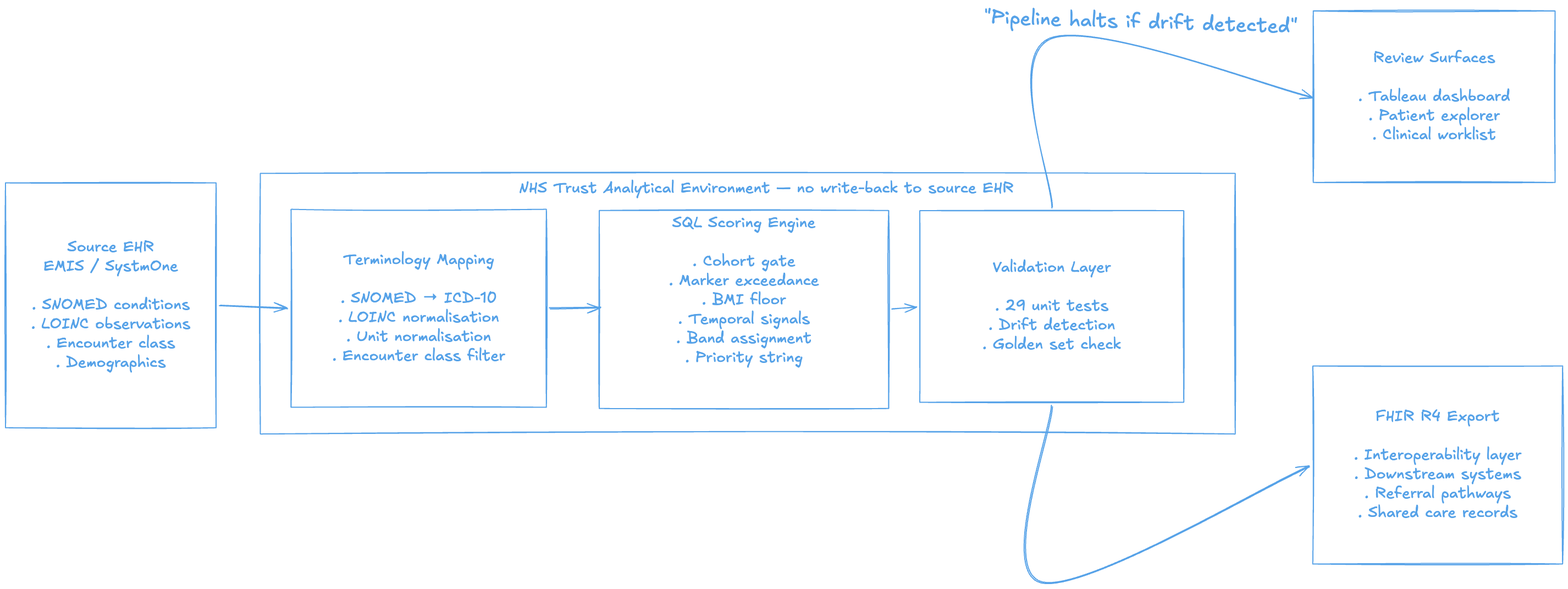
Earlier version of the Excalidraw export screenshots/deployment_architecture.png (asadqureshi12/cardiometabolic-deterioration). Source tidied: one line per element, renumbered; positions are measured from the earlier drawing's top-left corner, leaving out a move shared by most shapes. Source of this version:
```json
{"id": 0, "type": "rectangle", "strokeColor": "#1971c2", "strokeWidth": 2, "roughness": 1, "x": 0, "y": 314, "width": 383, "height": 445}
{"id": 1, "type": "text", "text": "Source EHR\nEMIS / SystmOne\n\n. SNOMED conditions\n. LOINC observations\n. Encounter class\n. Demographics", "strokeColor": "#1971c2", "strokeWidth": 2, "roughness": 1, "fontSize": 28, "fontFamily": 5, "textAlign": "center", "verticalAlign": "middle", "inside": 0, "x": 47, "y": 414, "width": 290, "height": 245}
{"id": 2, "type": "rectangle", "strokeColor": "#1971c2", "strokeWidth": 2, "roughness": 1, "x": 519, "y": 362, "width": 464, "height": 360}
{"id": 3, "type": "text", "text": "Terminology Mapping\n\n. SNOMED → ICD-10\n. LOINC normalisation\n. Unit normalisation\n. Encounter class filter", "strokeColor": "#1971c2", "strokeWidth": 2, "roughness": 1, "fontSize": 28, "fontFamily": 5, "textAlign": "center", "verticalAlign": "middle", "inside": 2, "x": 594, "y": 437, "width": 315, "height": 210}
{"id": 4, "type": "rectangle", "strokeColor": "#1971c2", "strokeWidth": 2, "roughness": 1, "x": 1080, "y": 364, "width": 526, "height": 360}
{"id": 5, "type": "text", "text": "SQL Scoring Engine\n\n. Cohort gate\n. Marker exceedance\n. BMI floor\n. Temporal signals\n. Band assignment\n. Priority string\n\n", "strokeColor": "#1971c2", "strokeWidth": 2, "roughness": 1, "fontSize": 28, "fontFamily": 5, "textAlign": "center", "verticalAlign": "middle", "inside": 4, "x": 1206, "y": 369, "width": 273, "height": 350}
{"id": 6, "type": "rectangle", "strokeColor": "#1971c2", "strokeWidth": 2, "roughness": 1, "x": 1663, "y": 364, "width": 480, "height": 349}
{"id": 7, "type": "text", "text": "Validation Layer\n\n. 29 unit tests\n. Drift detection\n. Golden set check", "strokeColor": "#1971c2", "strokeWidth": 2, "roughness": 1, "fontSize": 28, "fontFamily": 5, "textAlign": "center", "verticalAlign": "middle", "inside": 6, "x": 1777, "y": 451, "width": 253, "height": 175}
{"id": 8, "type": "arrow", "strokeColor": "#1971c2", "strokeWidth": 2, "roughness": 1, "endArrowhead": "arrow", "round": true, "from": 0, "to": 2, "x": 389, "y": 537, "width": 124, "height": 5, "points": [[0, 0], [124, 5]]}
{"id": 9, "type": "rectangle", "strokeColor": "#1971c2", "strokeWidth": 2, "roughness": 1, "x": 2379, "y": 1, "width": 440, "height": 312}
{"id": 10, "type": "text", "text": "Review Surfaces\n\n. Tableau dashboard\n. Patient explorer\n. Clinical worklist", "strokeColor": "#1971c2", "strokeWidth": 2, "roughness": 1, "fontSize": 28, "fontFamily": 5, "textAlign": "center", "verticalAlign": "middle", "inside": 9, "x": 2460, "y": 70, "width": 277, "height": 175}
{"id": 11, "type": "rectangle", "strokeColor": "#1971c2", "strokeWidth": 2, "roughness": 1, "x": 2378, "y": 647, "width": 454, "height": 360}
{"id": 12, "type": "text", "text": "FHIR R4 Export\n\n. Interoperability layer\n. Downstream systems\n. Referral pathways\n. Shared care records", "strokeColor": "#1971c2", "strokeWidth": 2, "roughness": 1, "fontSize": 28, "fontFamily": 5, "textAlign": "center", "verticalAlign": "middle", "inside": 11, "x": 2452, "y": 722, "width": 305, "height": 210}
{"id": 13, "type": "text", "text": "\"Pipeline halts if drift detected\"\n", "strokeColor": "#1971c2", "angle": 0.03, "strokeWidth": 2, "roughness": 1, "fontSize": 36, "fontFamily": 5, "x": 1778, "y": 0, "width": 571, "height": 90}
{"id": 14, "type": "rectangle", "strokeColor": "#1971c2", "strokeWidth": 2, "roughness": 1, "x": 464, "y": 297, "width": 1773, "height": 474}
{"id": 15, "type": "text", "text": "NHS Trust Analytical Environment — no write-back to source EHR", "strokeColor": "#1971c2", "strokeWidth": 2, "roughness": 1, "fontSize": 28, "fontFamily": 5, "x": 934, "y": 307, "width": 900, "height": 35}
{"id": 16, "type": "arrow", "strokeColor": "#1971c2", "strokeWidth": 2, "roughness": 1, "endArrowhead": "arrow", "round": true, "from": 2, "to": 4, "x": 990, "y": 542, "width": 93, "height": 2, "points": [[0, 0], [93, -2]]}
{"id": 17, "type": "arrow", "strokeColor": "#1971c2", "strokeWidth": 2, "roughness": 1, "endArrowhead": "arrow", "round": true, "from": 4, "to": 6, "x": 1612, "y": 544, "width": 45, "height": 4, "points": [[0, 0], [45, -4]]}
{"id": 18, "type": "arrow", "strokeColor": "#1971c2", "strokeWidth": 2, "roughness": 1, "endArrowhead": "arrow", "round": true, "from": 6, "to": 9, "x": 1903, "y": 358, "width": 480, "height": 307, "points": [[0, 0], [-4, -307], [476, -199]]}
{"id": 19, "type": "arrow", "strokeColor": "#1971c2", "strokeWidth": 2, "roughness": 1, "endArrowhead": "arrow", "round": true, "from": 6, "to": 11, "x": 1903, "y": 719, "width": 487, "height": 322, "points": [[0, 0], [-18, 322], [469, 111]]}
```
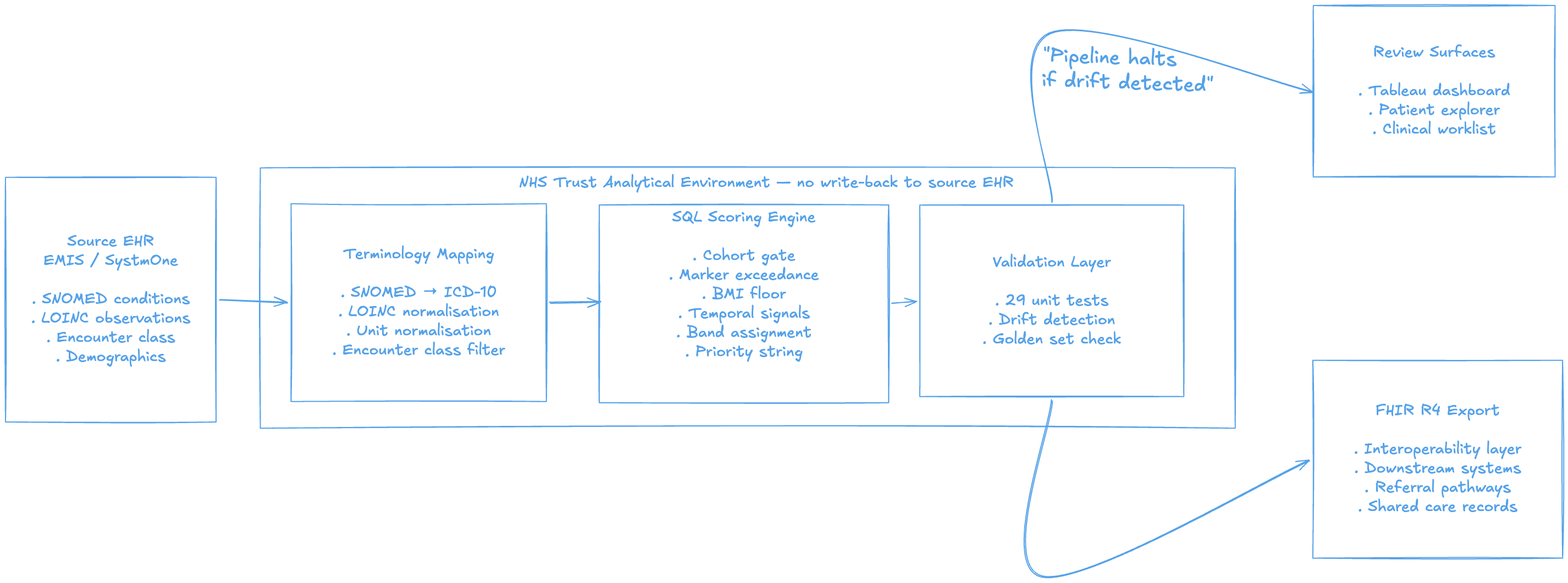
After the change.

Diff of the diagram source:
```diff
@@ -11,7 +11,7 @@
 {"id": 10, "type": "text", "text": "Review Surfaces\n\n. Tableau dashboard\n. Patient explorer\n. Clinical worklist", "strokeColor": "#1971c2", "strokeWidth": 2, "roughness": 1, "fontSize": 28, "fontFamily": 5, "textAlign": "center", "verticalAlign": "middle", "inside": 9, "x": 2460, "y": 70, "width": 277, "height": 175}
 {"id": 11, "type": "rectangle", "strokeColor": "#1971c2", "strokeWidth": 2, "roughness": 1, "x": 2378, "y": 647, "width": 454, "height": 360}
 {"id": 12, "type": "text", "text": "FHIR R4 Export\n\n. Interoperability layer\n. Downstream systems\n. Referral pathways\n. Shared care records", "strokeColor": "#1971c2", "strokeWidth": 2, "roughness": 1, "fontSize": 28, "fontFamily": 5, "textAlign": "center", "verticalAlign": "middle", "inside": 11, "x": 2452, "y": 722, "width": 305, "height": 210}
-{"id": 13, "type": "text", "text": "\"Pipeline halts if drift detected\"\n", "strokeColor": "#1971c2", "angle": 0.03, "strokeWidth": 2, "roughness": 1, "fontSize": 36, "fontFamily": 5, "x": 1778, "y": 0, "width": 571, "height": 90}
+{"id": 13, "type": "text", "text": "\"Pipeline halts \nif drift detected\"\n", "strokeColor": "#1971c2", "angle": 0.03, "strokeWidth": 2, "roughness": 1, "fontSize": 36, "fontFamily": 5, "x": 1885, "y": 80, "width": 609, "height": 135}
 {"id": 14, "type": "rectangle", "strokeColor": "#1971c2", "strokeWidth": 2, "roughness": 1, "x": 464, "y": 297, "width": 1773, "height": 474}
 {"id": 15, "type": "text", "text": "NHS Trust Analytical Environment — no write-back to source EHR", "strokeColor": "#1971c2", "strokeWidth": 2, "roughness": 1, "fontSize": 28, "fontFamily": 5, "x": 934, "y": 307, "width": 900, "height": 35}
 {"id": 16, "type": "arrow", "strokeColor": "#1971c2", "strokeWidth": 2, "roughness": 1, "endArrowhead": "arrow", "round": true, "from": 2, "to": 4, "x": 990, "y": 542, "width": 93, "height": 2, "points": [[0, 0], [93, -2]]}
```
